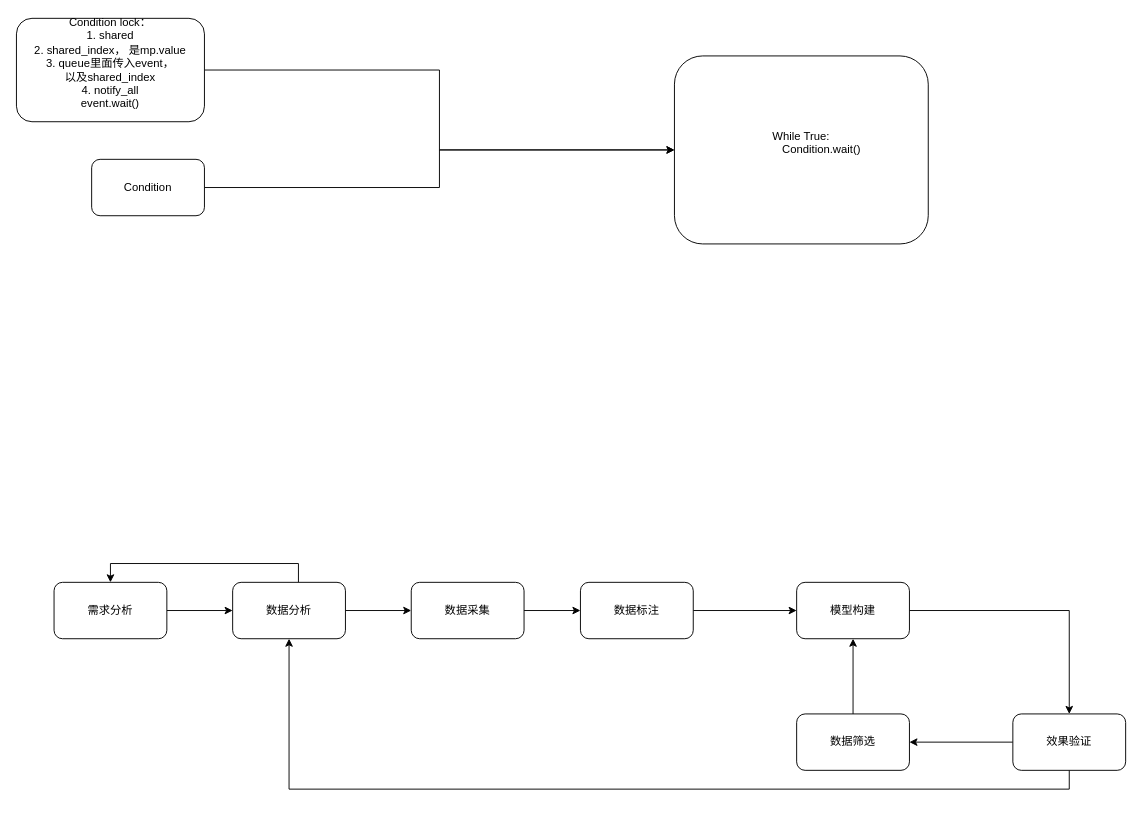
Earlier version of the draw.io diagram 未命名绘图.drawio (yimi-code/myrepo). Source tidied: cells renumbered, new cells numbered last; positions are measured from the earlier drawing's top-left corner, leaving out a move shared by most shapes. Both pictures are drawn from the tidied source at 94%, with x=0, y=0 at pixel (16, 18).
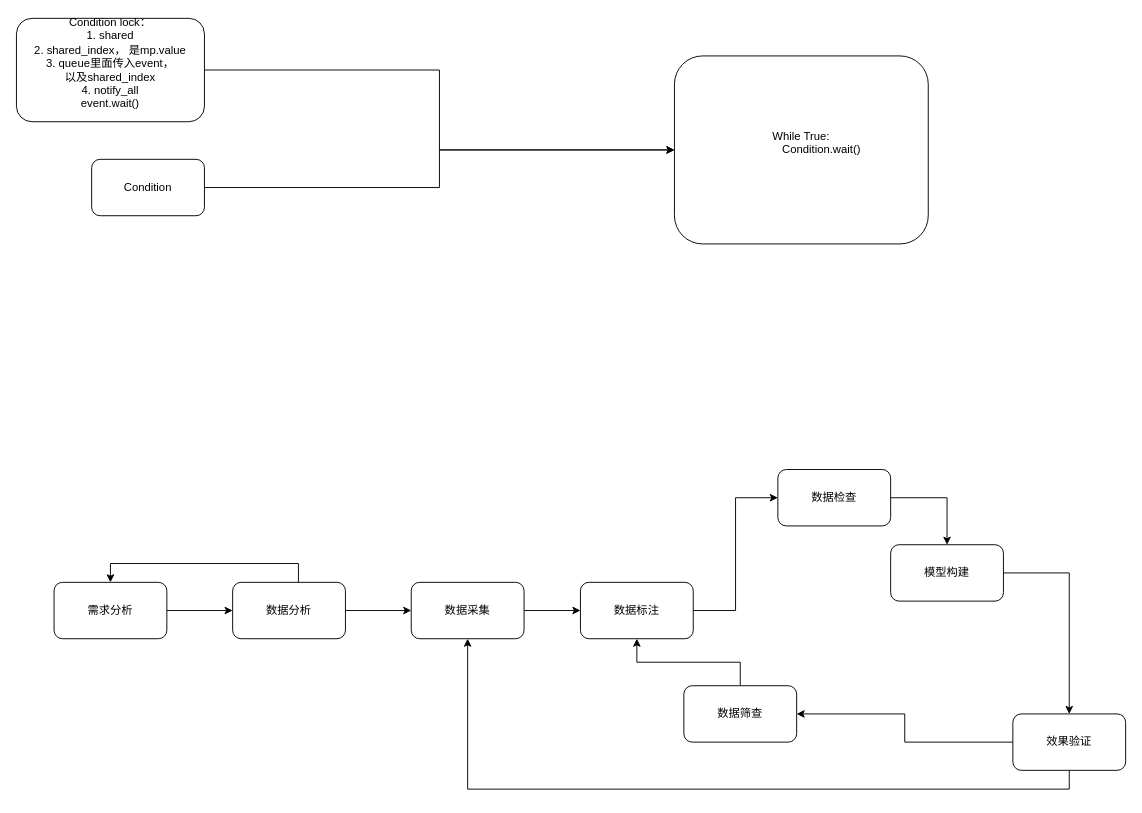
The same page after the edit.

Commit message:
更新未命名绘图.drawio

Unchanged cells that the change refers to:
```xml
<mxCell id="8" value="数据采集" style="rounded=1;whiteSpace=wrap;html=1;" parent="1" vertex="1">
  <mxGeometry x="420" y="600" width="120" height="60" as="geometry" />
</mxCell>
<mxCell id="12" value="数据标注" style="rounded=1;whiteSpace=wrap;html=1;" parent="1" vertex="1">
  <mxGeometry x="600" y="600" width="120" height="60" as="geometry" />
</mxCell>
<mxCell id="17" value="数据分析" style="rounded=1;whiteSpace=wrap;html=1;" parent="1" vertex="1">
  <mxGeometry x="230" y="600" width="120" height="60" as="geometry" />
</mxCell>
<mxCell id="22" value="效果验证" style="rounded=1;whiteSpace=wrap;html=1;" parent="1" vertex="1">
  <mxGeometry x="1060" y="740" width="120" height="60" as="geometry" />
</mxCell>
```

The edit, as a diff of the source:
```diff
@@
-    <mxCell id="9" style="edgeStyle=orthogonalEdgeStyle;rounded=0;jettySize=auto;html=1;entryX=0.5;entryY=1;entryDx=0;entryDy=0;" parent="1" edge="1" source="10" target="19">
-      <mxGeometry relative="1" as="geometry" />
-    </mxCell>
+    <mxCell id="23" style="edgeStyle=orthogonalEdgeStyle;rounded=0;jettySize=auto;html=1;entryX=0.5;entryY=1;entryDx=0;entryDy=0;" parent="1" edge="1" source="10" target="12">
+      <mxGeometry relative="1" as="geometry" />
+    </mxCell>
-    <mxCell id="10" value="数据筛选" style="rounded=1;whiteSpace=wrap;html=1;" parent="1" vertex="1">
-      <mxGeometry x="830" y="740" width="120" height="60" as="geometry" />
+    <mxCell id="10" value="数据筛查" style="rounded=1;whiteSpace=wrap;html=1;" parent="1" vertex="1">
+      <mxGeometry x="710" y="710" width="120" height="60" as="geometry" />
     </mxCell>
-    <mxCell id="11" style="edgeStyle=orthogonalEdgeStyle;rounded=0;jettySize=auto;html=1;entryX=0;entryY=0.5;entryDx=0;entryDy=0;" parent="1" edge="1" source="12" target="19">
+    <mxCell id="11" style="edgeStyle=orthogonalEdgeStyle;rounded=0;jettySize=auto;html=1;entryX=0;entryY=0.5;entryDx=0;entryDy=0;" parent="1" edge="1" source="12" target="25">
       <mxGeometry relative="1" as="geometry" />
     </mxCell>
@@
     <mxCell id="19" value="模型构建" style="rounded=1;whiteSpace=wrap;html=1;" parent="1" vertex="1">
-      <mxGeometry x="830" y="600" width="120" height="60" as="geometry" />
+      <mxGeometry x="930" y="560" width="120" height="60" as="geometry" />
     </mxCell>
@@
-    <mxCell id="21" style="edgeStyle=orthogonalEdgeStyle;rounded=0;jettySize=auto;html=1;entryX=0.5;entryY=1;entryDx=0;entryDy=0;exitX=0.5;exitY=1;exitDx=0;exitDy=0;" parent="1" edge="1" source="22" target="17">
+    <mxCell id="21" style="edgeStyle=orthogonalEdgeStyle;rounded=0;jettySize=auto;html=1;entryX=0.5;entryY=1;entryDx=0;entryDy=0;exitX=0.5;exitY=1;exitDx=0;exitDy=0;" parent="1" edge="1" source="22" target="8">
       <mxGeometry relative="1" as="geometry" />
     </mxCell>
@@
+    <mxCell id="24" style="edgeStyle=orthogonalEdgeStyle;rounded=0;jettySize=auto;html=1;exitX=1;exitY=0.5;exitDx=0;exitDy=0;" parent="1" edge="1" source="25" target="19">
+      <mxGeometry relative="1" as="geometry" />
+    </mxCell>
+    <mxCell id="25" value="数据检查" style="rounded=1;whiteSpace=wrap;html=1;" parent="1" vertex="1">
+      <mxGeometry x="810" y="480" width="120" height="60" as="geometry" />
+    </mxCell>
```
